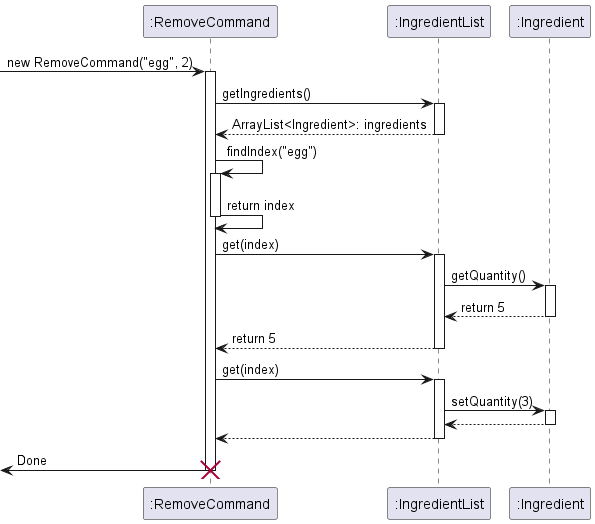
Above: docs/images/RemoveIngredientSequenceUML.png in nus-cs2113-AY2223S2/tp (PlantUML), before the change.
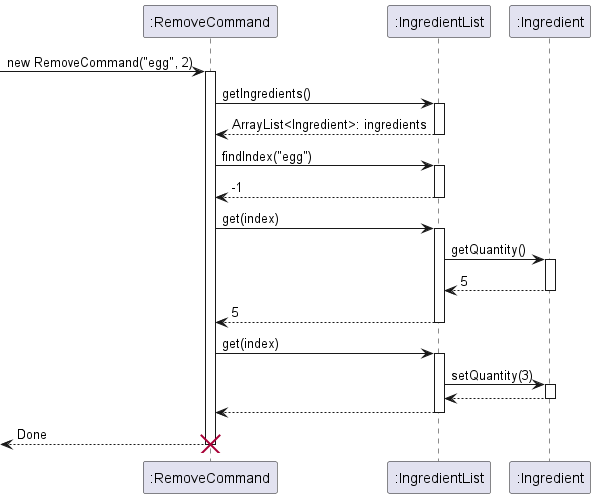
The same diagram one commit later.

Diff of the diagram source:
```diff
@@ -9,20 +9,19 @@
 ":RemoveCommand" <-- ":IngredientList": ArrayList<Ingredient>: ingredients
 deactivate ":IngredientList"
 
-":RemoveCommand" -> ":RemoveCommand": findIndex("egg")
-activate ":RemoveCommand"
+":RemoveCommand" -> ":IngredientList": findIndex("egg")
+activate ":IngredientList"
+":RemoveCommand" <-- ":IngredientList": -1
+deactivate ":IngredientList"
 
-":RemoveCommand" -> ":RemoveCommand": return index
-
-deactivate ":RemoveCommand"
 
 ":RemoveCommand" -> ":IngredientList": get(index)
 activate ":IngredientList"
 ":IngredientList" -> ":Ingredient": getQuantity()
 activate ":Ingredient"
-":IngredientList" <-- ":Ingredient": return 5
+":IngredientList" <-- ":Ingredient": 5
 deactivate ":Ingredient"
-":RemoveCommand" <-- ":IngredientList": return 5
+":RemoveCommand" <-- ":IngredientList":5
 deactivate ":IngredientList"
 
 
@@ -35,7 +34,7 @@
 ":RemoveCommand" <-- ":IngredientList":
 deactivate ":IngredientList"
 
-[<- ":RemoveCommand": Done
+[<-- ":RemoveCommand": Done
 destroy ":RemoveCommand"
 deactivate ":RemoveCommand"
 @enduml
```
